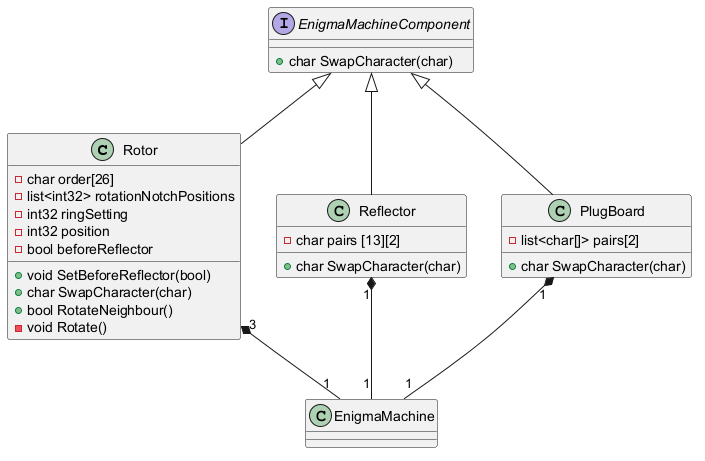
Earlier version of the PlantUML export Design/Enigma_PlantUML.png (Edwarrior/Enigma-Machine).
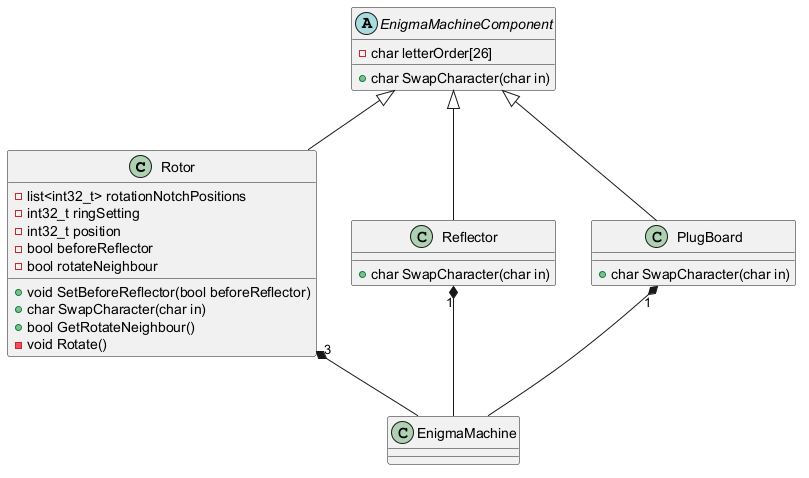
Later version of the same file.

Commit message:
UML diagram: changed interface to abstract class

+ corrected some of the type names.

Change to the diagram source:
```diff
@@ -1,29 +1,28 @@
 @startuml
-Rotor "3" *-- "1" EnigmaMachine
-Reflector "1" *-- "1" EnigmaMachine
-PlugBoard "1" *-- "1" EnigmaMachine
+Rotor "3" *-- EnigmaMachine
+Reflector "1" *-- EnigmaMachine
+PlugBoard "1" *-- EnigmaMachine
 
-Interface EnigmaMachineComponent
-EnigmaMachineComponent : +char SwapCharacter(char)
+Abstract EnigmaMachineComponent
+EnigmaMachineComponent : -char letterOrder[26]
+EnigmaMachineComponent : +char SwapCharacter(char in)
 
 EnigmaMachineComponent <|-- Rotor
 EnigmaMachineComponent <|-- Reflector
 EnigmaMachineComponent <|-- PlugBoard
 
-Rotor : -char order[26]
-Rotor : -list<int32> rotationNotchPositions
-Rotor : -int32 ringSetting
-Rotor : -int32 position
+Rotor : -list<int32_t> rotationNotchPositions
+Rotor : -int32_t ringSetting
+Rotor : -int32_t position
 Rotor : -bool beforeReflector
-Rotor : +void SetBeforeReflector(bool)
-Rotor : +char SwapCharacter(char)
-Rotor : +bool RotateNeighbour()
+Rotor : -bool rotateNeighbour
+Rotor : +void SetBeforeReflector(bool beforeReflector)
+Rotor : +char SwapCharacter(char in)
+Rotor : +bool GetRotateNeighbour()
 Rotor : -void Rotate()
 
-Reflector : -char pairs [13][2]
-Reflector : +char SwapCharacter(char)
+Reflector : +char SwapCharacter(char in)
 
-PlugBoard : -list<char[]> pairs[2]
-PlugBoard : +char SwapCharacter(char)
+PlugBoard : +char SwapCharacter(char in)
 
 @enduml
```
